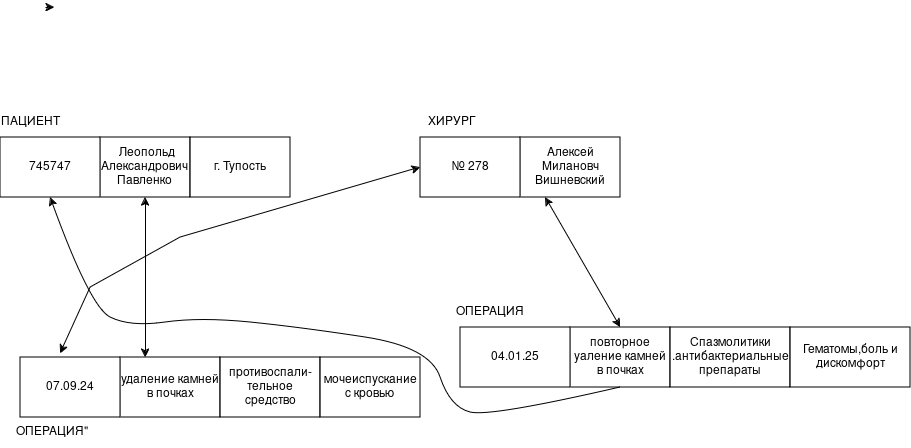
The draw.io diagram Icons/Диаграмма без названия.drawio.png in Alijuyu/dem.githab.io, before a commit. Source tidied: cells renumbered, new cells last; positions are measured from the earlier drawing's top-left corner, leaving out a move shared by most shapes.
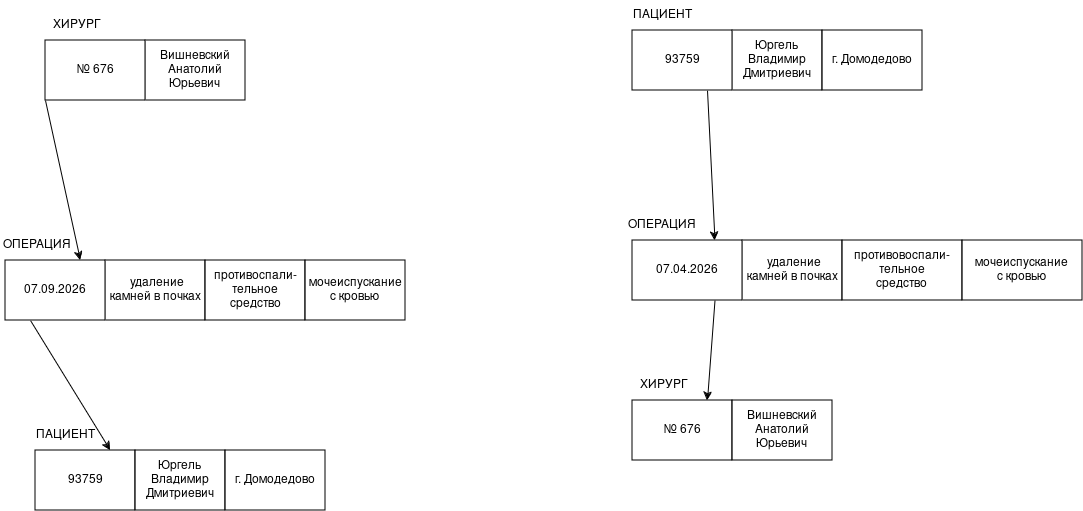
The same diagram one commit later.

What changed in the source:
```diff
@@ -2,89 +2,89 @@
   <root>
     <mxCell id="0" />
     <mxCell id="1" parent="0" />
-    <mxCell id="2" value="&lt;div&gt;&amp;nbsp;Леопольд Александрович &lt;br&gt;&lt;/div&gt;&lt;div&gt;Павленко&lt;br&gt;&lt;/div&gt;" style="rounded=0;whiteSpace=wrap;html=1;" parent="1" vertex="1">
-      <mxGeometry x="100" y="130" width="90" height="60" as="geometry" />
+    <mxCell id="2" value="&lt;div&gt;Юргель&lt;/div&gt;&lt;div&gt;Владимир&lt;/div&gt;&lt;div&gt;Дмитриевич&lt;br&gt;&lt;/div&gt;" style="rounded=0;whiteSpace=wrap;html=1;" parent="1" vertex="1">
+      <mxGeometry x="907" y="-130" width="90" height="60" as="geometry" />
     </mxCell>
-    <mxCell id="3" value="&lt;div&gt;Алексей Милановч&lt;/div&gt;&lt;div&gt;Вишневский&lt;/div&gt;" style="rounded=0;whiteSpace=wrap;html=1;" parent="1" vertex="1">
-      <mxGeometry x="520" y="130" width="100" height="60" as="geometry" />
+    <mxCell id="3" value="&lt;div&gt;Вишневский&lt;/div&gt;&lt;div&gt;Анатолий&lt;/div&gt;&lt;div&gt;Юрьевич&lt;br&gt;&lt;/div&gt;" style="rounded=0;whiteSpace=wrap;html=1;" parent="1" vertex="1">
+      <mxGeometry x="320" y="-120" width="100" height="60" as="geometry" />
     </mxCell>
-    <mxCell id="4" value="удаление камней в почках" style="rounded=0;whiteSpace=wrap;html=1;" parent="1" vertex="1">
-      <mxGeometry x="120" y="350" width="100" height="60" as="geometry" />
+    <mxCell id="4" value="&amp;nbsp;удаление камней в почках" style="rounded=0;whiteSpace=wrap;html=1;" parent="1" vertex="1">
+      <mxGeometry x="280" y="100" width="100" height="60" as="geometry" />
     </mxCell>
     <mxCell id="5" value="противоспали-тельное средство" style="rounded=0;whiteSpace=wrap;html=1;" parent="1" vertex="1">
-      <mxGeometry x="220" y="350" width="100" height="60" as="geometry" />
+      <mxGeometry x="380" y="100" width="100" height="60" as="geometry" />
     </mxCell>
     <mxCell id="6" value="&lt;div&gt;мочеиспускание&lt;/div&gt;&lt;div&gt;с кровью&lt;br&gt;&lt;/div&gt;" style="rounded=0;whiteSpace=wrap;html=1;" parent="1" vertex="1">
-      <mxGeometry x="320" y="350" width="100" height="60" as="geometry" />
+      <mxGeometry x="480" y="100" width="100" height="60" as="geometry" />
     </mxCell>
-    <mxCell id="7" value="повторное уаление камней в почках" style="rounded=0;whiteSpace=wrap;html=1;" parent="1" vertex="1">
-      <mxGeometry x="570" y="320" width="100" height="60" as="geometry" />
+    <mxCell id="7" value="&amp;nbsp;удаление камней в почках" style="rounded=0;whiteSpace=wrap;html=1;" parent="1" vertex="1">
+      <mxGeometry x="917" y="80" width="100" height="60" as="geometry" />
     </mxCell>
+    <mxCell id="24" style="rounded=0;jettySize=auto;html=1;exitX=0.75;exitY=1;exitDx=0;exitDy=0;entryX=0.75;entryY=0;entryDx=0;entryDy=0;" parent="1" edge="1" source="8" target="27">
+      <mxGeometry relative="1" as="geometry" />
+    </mxCell>
-    <mxCell id="8" value="04.01.25" style="rounded=0;whiteSpace=wrap;html=1;" parent="1" vertex="1">
-      <mxGeometry x="460" y="320" width="110" height="60" as="geometry" />
+    <mxCell id="8" value="07.04.2026" style="rounded=0;whiteSpace=wrap;html=1;" parent="1" vertex="1">
+      <mxGeometry x="807" y="80" width="110" height="60" as="geometry" />
     </mxCell>
-    <mxCell id="9" value="№ 278" style="rounded=0;whiteSpace=wrap;html=1;" parent="1" vertex="1">
-      <mxGeometry x="420" y="130" width="100" height="60" as="geometry" />
+    <mxCell id="9" value="№ 676" style="rounded=0;whiteSpace=wrap;html=1;" parent="1" vertex="1">
+      <mxGeometry x="220" y="-120" width="100" height="60" as="geometry" />
     </mxCell>
+    <mxCell id="25" style="rounded=0;jettySize=auto;html=1;exitX=0.75;exitY=1;exitDx=0;exitDy=0;entryX=0.75;entryY=0;entryDx=0;entryDy=0;" parent="1" edge="1" source="10" target="8">
+      <mxGeometry relative="1" as="geometry" />
+    </mxCell>
-    <mxCell id="10" value="745747" style="rounded=0;whiteSpace=wrap;html=1;" parent="1" vertex="1">
-      <mxGeometry y="130" width="100" height="60" as="geometry" />
+    <mxCell id="10" value="93759" style="rounded=0;whiteSpace=wrap;html=1;" parent="1" vertex="1">
+      <mxGeometry x="807" y="-130" width="100" height="60" as="geometry" />
     </mxCell>
+    <mxCell id="26" style="rounded=0;jettySize=auto;html=1;exitX=0.25;exitY=1;exitDx=0;exitDy=0;entryX=0.75;entryY=0;entryDx=0;entryDy=0;" parent="1" edge="1" source="11" target="30">
+      <mxGeometry relative="1" as="geometry" />
+    </mxCell>
-    <mxCell id="11" value="07.09.24" style="rounded=0;whiteSpace=wrap;html=1;" parent="1" vertex="1">
-      <mxGeometry x="20" y="350" width="100" height="60" as="geometry" />
+    <mxCell id="11" value="07.09.2026" style="rounded=0;whiteSpace=wrap;html=1;" parent="1" vertex="1">
+      <mxGeometry x="180" y="100" width="100" height="60" as="geometry" />
     </mxCell>
-    <mxCell id="12" value="г. Тупость" style="rounded=0;whiteSpace=wrap;html=1;" parent="1" vertex="1">
-      <mxGeometry x="190" y="130" width="100" height="60" as="geometry" />
+    <mxCell id="12" value="г. Домодедово" style="rounded=0;whiteSpace=wrap;html=1;" parent="1" vertex="1">
+      <mxGeometry x="997" y="-130" width="100" height="60" as="geometry" />
     </mxCell>
-    <mxCell id="13" value="Спазмолитики .антибактериальные препараты" style="rounded=0;whiteSpace=wrap;html=1;" parent="1" vertex="1">
-      <mxGeometry x="670" y="320" width="120" height="60" as="geometry" />
+    <mxCell id="13" value="&lt;div&gt;противовоспали-&lt;/div&gt;&lt;div&gt;тельное &lt;br&gt;&lt;/div&gt;&lt;div&gt;средство&lt;br&gt;&lt;/div&gt;" style="rounded=0;whiteSpace=wrap;html=1;" parent="1" vertex="1">
+      <mxGeometry x="1017" y="80" width="120" height="60" as="geometry" />
     </mxCell>
-    <mxCell id="14" value="Гематомы,боль и дискомфорт" style="rounded=0;whiteSpace=wrap;html=1;" parent="1" vertex="1">
-      <mxGeometry x="790" y="320" width="120" height="60" as="geometry" />
+    <mxCell id="14" value="&lt;div&gt;мочеиспускание &lt;br&gt;&lt;/div&gt;&lt;div&gt;с кровью&lt;br&gt;&lt;/div&gt;" style="rounded=0;whiteSpace=wrap;html=1;" parent="1" vertex="1">
+      <mxGeometry x="1137" y="80" width="120" height="60" as="geometry" />
     </mxCell>
-    <mxCell id="15" style="endArrow=classic;startArrow=classic;html=1;rounded=0;entryX=0.5;entryY=1;entryDx=0;entryDy=0;exitX=0.25;exitY=0;exitDx=0;exitDy=0;" parent="1" edge="1" source="4" target="2">
-      <mxGeometry relative="1" as="geometry" />
-    </mxCell>
-    <mxCell id="16" style="endArrow=classic;startArrow=classic;html=1;rounded=0;exitX=0.4;exitY=-0.067;exitDx=0;exitDy=0;exitPerimeter=0;entryX=0;entryY=0.5;entryDx=0;entryDy=0;" parent="1" edge="1" source="11" target="9">
-      <mxGeometry relative="1" as="geometry">
-        <Array as="points">
-          <mxPoint x="90" y="280" />
-          <mxPoint x="180" y="230" />
-        </Array>
-      </mxGeometry>
-    </mxCell>
-    <mxCell id="17" style="endArrow=classic;startArrow=classic;html=1;rounded=0;entryX=0.25;entryY=1;entryDx=0;entryDy=0;exitX=0.5;exitY=0;exitDx=0;exitDy=0;" parent="1" edge="1" source="7" target="3">
-      <mxGeometry relative="1" as="geometry" />
-    </mxCell>
     <mxCell id="18" value="ПАЦИЕНТ" style="text;html=1;whiteSpace=wrap;strokeColor=none;fillColor=none;align=center;verticalAlign=middle;rounded=0;" parent="1" vertex="1">
-      <mxGeometry y="100" width="60" height="30" as="geometry" />
+      <mxGeometry x="807" y="-160" width="60" height="30" as="geometry" />
     </mxCell>
     <mxCell id="19" value="&amp;nbsp;ХИРУРГ" style="text;html=1;whiteSpace=wrap;strokeColor=none;fillColor=none;align=center;verticalAlign=middle;rounded=0;" parent="1" vertex="1">
-      <mxGeometry x="420" y="100" width="60" height="30" as="geometry" />
+      <mxGeometry x="220" y="-150" width="60" height="30" as="geometry" />
     </mxCell>
-    <mxCell id="20" value="&amp;nbsp;ОПЕРАЦИЯ&quot;" style="text;html=1;whiteSpace=wrap;strokeColor=none;fillColor=none;align=center;verticalAlign=middle;rounded=0;" parent="1" vertex="1">
-      <mxGeometry x="20" y="410" width="60" height="30" as="geometry" />
+    <mxCell id="20" value="&amp;nbsp;ОПЕРАЦИЯ" style="text;html=1;whiteSpace=wrap;strokeColor=none;fillColor=none;align=center;verticalAlign=middle;rounded=0;" parent="1" vertex="1">
+      <mxGeometry x="180" y="70" width="60" height="30" as="geometry" />
     </mxCell>
     <mxCell id="21" value="ОПЕРАЦИЯ" style="text;html=1;whiteSpace=wrap;strokeColor=none;fillColor=none;align=center;verticalAlign=middle;rounded=0;" parent="1" vertex="1">
-      <mxGeometry x="460" y="290" width="60" height="30" as="geometry" />
+      <mxGeometry x="807" y="50" width="60" height="30" as="geometry" />
     </mxCell>
-    <mxCell id="22" style="edgeStyle=orthogonalEdgeStyle;rounded=0;orthogonalLoop=1;jettySize=auto;html=1;exitX=0.25;exitY=0;exitDx=0;exitDy=0;entryX=0.4;entryY=0.033;entryDx=0;entryDy=0;entryPerimeter=0;" parent="1" edge="1">
-      <mxGeometry relative="1" as="geometry">
-        <mxPoint x="45" as="sourcePoint" />
-        <mxPoint x="54" y="1" as="targetPoint" />
-      </mxGeometry>
-    </mxCell>
-    <mxCell id="23" style="curved=1;endArrow=classic;html=1;rounded=0;exitX=0.5;exitY=1;exitDx=0;exitDy=0;entryX=0.5;entryY=1;entryDx=0;entryDy=0;" parent="1" edge="1" source="7" target="10">
-      <mxGeometry relative="1" as="geometry">
-        <Array as="points">
-          <mxPoint x="490" y="410" />
-          <mxPoint x="450" y="400" />
-          <mxPoint x="430" y="340" />
-          <mxPoint x="300" y="320" />
-          <mxPoint x="200" y="310" />
-          <mxPoint x="130" y="320" />
-          <mxPoint x="90" y="300" />
-        </Array>
-      </mxGeometry>
-    </mxCell>
+    <mxCell id="27" value="№ 676" style="rounded=0;whiteSpace=wrap;html=1;" parent="1" vertex="1">
+      <mxGeometry x="807" y="240" width="100" height="60" as="geometry" />
+    </mxCell>
+    <mxCell id="28" value="&lt;div&gt;Вишневский&lt;/div&gt;&lt;div&gt;Анатолий&lt;/div&gt;&lt;div&gt;Юрьевич&lt;br&gt;&lt;/div&gt;" style="rounded=0;whiteSpace=wrap;html=1;" parent="1" vertex="1">
+      <mxGeometry x="907" y="240" width="100" height="60" as="geometry" />
+    </mxCell>
+    <mxCell id="29" value="&amp;nbsp;ХИРУРГ" style="text;html=1;whiteSpace=wrap;strokeColor=none;fillColor=none;align=center;verticalAlign=middle;rounded=0;" parent="1" vertex="1">
+      <mxGeometry x="807" y="210" width="60" height="30" as="geometry" />
+    </mxCell>
+    <mxCell id="30" value="93759" style="rounded=0;whiteSpace=wrap;html=1;" parent="1" vertex="1">
+      <mxGeometry x="210" y="290" width="100" height="60" as="geometry" />
+    </mxCell>
+    <mxCell id="31" value="&lt;div&gt;Юргель&lt;/div&gt;&lt;div&gt;Владимир&lt;/div&gt;&lt;div&gt;Дмитриевич&lt;br&gt;&lt;/div&gt;" style="rounded=0;whiteSpace=wrap;html=1;" parent="1" vertex="1">
+      <mxGeometry x="310" y="290" width="90" height="60" as="geometry" />
+    </mxCell>
+    <mxCell id="32" value="г. Домодедово" style="rounded=0;whiteSpace=wrap;html=1;" parent="1" vertex="1">
+      <mxGeometry x="400" y="290" width="100" height="60" as="geometry" />
+    </mxCell>
+    <mxCell id="33" value="ПАЦИЕНТ" style="text;html=1;whiteSpace=wrap;strokeColor=none;fillColor=none;align=center;verticalAlign=middle;rounded=0;" parent="1" vertex="1">
+      <mxGeometry x="210" y="260" width="60" height="30" as="geometry" />
+    </mxCell>
+    <mxCell id="34" style="endArrow=classic;html=1;rounded=0;exitX=0;exitY=1;exitDx=0;exitDy=0;entryX=0.75;entryY=0;entryDx=0;entryDy=0;" parent="1" edge="1" source="9" target="11">
+      <mxGeometry relative="1" as="geometry" />
+    </mxCell>
   </root>
 </mxGraphModel>
```
